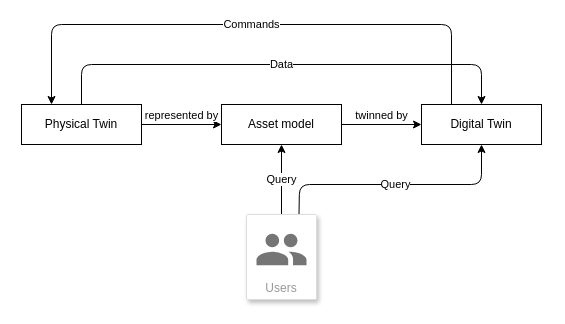
The draw.io diagram page "Page-2" (2 of 2) of resources/graphs/rdfexample.drawio in eduardz1/Bachelor-Thesis, before the edit. Source tidied: cells renumbered, new cells numbered last; positions are measured from the earlier drawing's top-left corner, leaving out a move shared by most shapes. Both pictures are drawn from the tidied source at 100%, with x=0, y=0 at pixel (21, 24).
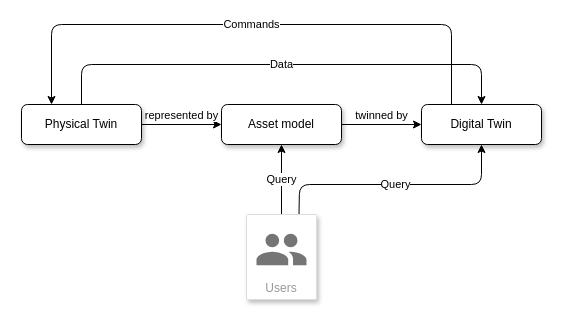
After the change.

Diff of the diagram source:
```diff
@@
 <mxGraphModel>
   <root>
     <mxCell id="0" />
     <mxCell id="1" parent="0" />
     <mxCell id="2" value="represented by" style="edgeStyle=none;html=1;exitX=1;exitY=0.5;exitDx=0;exitDy=0;entryX=0;entryY=0.5;entryDx=0;entryDy=0;labelPosition=center;verticalLabelPosition=top;align=center;verticalAlign=bottom;" parent="1" edge="1" source="4" target="6">
       <mxGeometry relative="1" as="geometry" />
     </mxCell>
     <mxCell id="3" value="Data" style="edgeStyle=none;html=1;exitX=0.5;exitY=0;exitDx=0;exitDy=0;entryX=0.5;entryY=0;entryDx=0;entryDy=0;" parent="1" edge="1" source="4" target="8">
       <mxGeometry relative="1" as="geometry">
         <Array as="points">
           <mxPoint x="60" y="40" />
           <mxPoint x="460" y="40" />
         </Array>
       </mxGeometry>
     </mxCell>
-    <mxCell id="4" value="Physical Twin" style="rounded=0;whiteSpace=wrap;html=1;" parent="1" vertex="1">
+    <mxCell id="4" value="Physical Twin" style="rounded=1;whiteSpace=wrap;html=1;shadow=1;" parent="1" vertex="1">
       <mxGeometry y="80" width="120" height="40" as="geometry" />
     </mxCell>
     <mxCell id="5" value="twinned by" style="edgeStyle=none;html=1;exitX=1;exitY=0.5;exitDx=0;exitDy=0;entryX=0;entryY=0.5;entryDx=0;entryDy=0;labelPosition=center;verticalLabelPosition=top;align=center;verticalAlign=bottom;" parent="1" edge="1" source="6" target="8">
       <mxGeometry relative="1" as="geometry" />
     </mxCell>
-    <mxCell id="6" value="Asset model" style="rounded=0;whiteSpace=wrap;html=1;" parent="1" vertex="1">
+    <mxCell id="6" value="Asset model" style="rounded=1;whiteSpace=wrap;html=1;shadow=1;glass=0;" parent="1" vertex="1">
       <mxGeometry x="200" y="80" width="120" height="40" as="geometry" />
     </mxCell>
     <mxCell id="7" value="Commands" style="edgeStyle=none;html=1;exitX=0.25;exitY=0;exitDx=0;exitDy=0;entryX=0.25;entryY=0;entryDx=0;entryDy=0;" parent="1" edge="1" source="8" target="4">
       <mxGeometry relative="1" as="geometry">
         <Array as="points">
           <mxPoint x="430" />
           <mxPoint x="30" />
         </Array>
       </mxGeometry>
     </mxCell>
-    <mxCell id="8" value="Digital Twin" style="rounded=0;whiteSpace=wrap;html=1;" parent="1" vertex="1">
+    <mxCell id="8" value="Digital Twin" style="rounded=1;whiteSpace=wrap;html=1;shadow=1;" parent="1" vertex="1">
       <mxGeometry x="400" y="80" width="120" height="40" as="geometry" />
     </mxCell>
     <mxCell id="9" value="Query" style="edgeStyle=none;html=1;exitX=0.5;exitY=0;exitDx=0;exitDy=0;entryX=0.5;entryY=1;entryDx=0;entryDy=0;labelPosition=center;verticalLabelPosition=middle;align=center;verticalAlign=middle;" parent="1" edge="1" source="11" target="6">
       <mxGeometry relative="1" as="geometry" />
     </mxCell>
     <mxCell id="10" value="Query" style="edgeStyle=none;html=1;exitX=0.75;exitY=0;exitDx=0;exitDy=0;entryX=0.5;entryY=1;entryDx=0;entryDy=0;" parent="1" edge="1" source="11" target="8">
       <mxGeometry relative="1" as="geometry">
         <Array as="points">
           <mxPoint x="278" y="160" />
           <mxPoint x="460" y="160" />
         </Array>
       </mxGeometry>
     </mxCell>
     <mxCell id="11" value="Users" style="strokeColor=#dddddd;shadow=1;strokeWidth=1;rounded=1;absoluteArcSize=1;arcSize=2;labelPosition=center;verticalLabelPosition=middle;align=center;verticalAlign=bottom;spacingLeft=0;fontColor=#999999;fontSize=12;whiteSpace=wrap;spacingBottom=2;" parent="1" vertex="1">
       <mxGeometry x="225" y="190" width="70" height="85" as="geometry" />
     </mxCell>
     <mxCell id="12" style="sketch=0;dashed=0;html=1;fillColor=#757575;strokeColor=none;shape=mxgraph.gcp2.users;" parent="11" vertex="1">
       <mxGeometry x="0.5" width="50" height="31.5" relative="1" as="geometry">
         <mxPoint x="-25" y="19.2" as="offset" />
       </mxGeometry>
     </mxCell>
   </root>
 </mxGraphModel>
```
